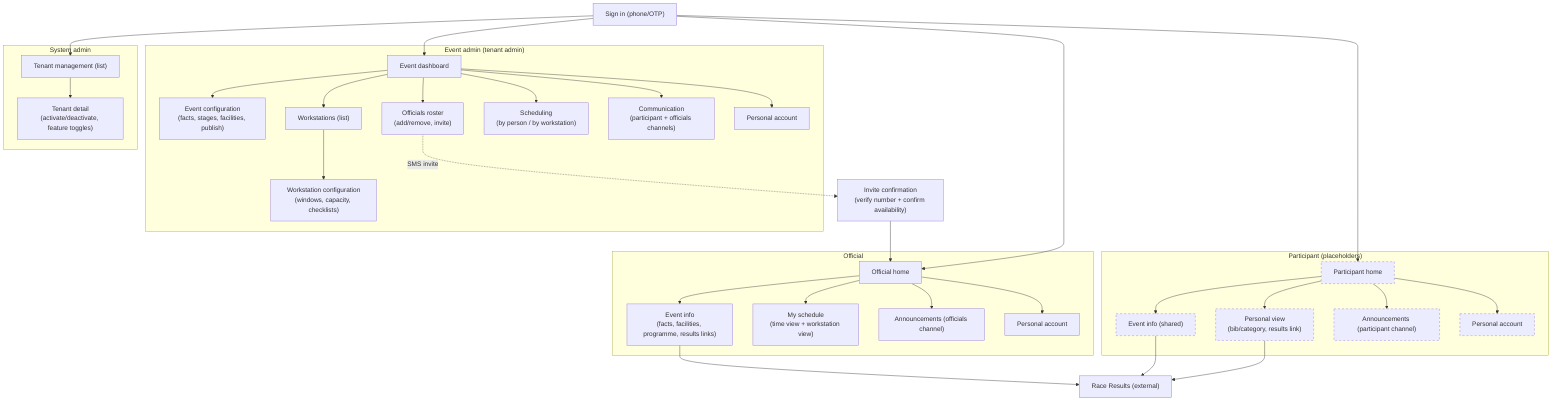
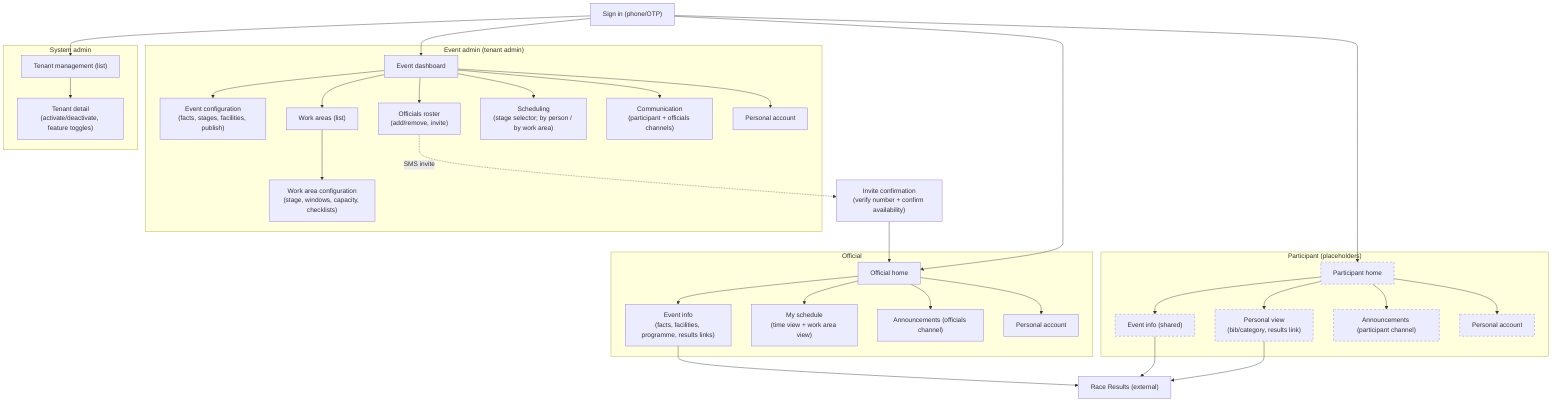
%% Viadal Event Planner - Screen Map / Information Architecture
- %% v0.1 - 2026-06-24
+ %% v0.2 - 2026-06-29 (Stage model: Work areas; per-stage scheduling)
%% Participant screens are placeholders (flows to be written). Dashed = placeholder.
flowchart TD
    SignIn["Sign in (phone/OTP)"]
    Invite["Invite confirmation\n(verify number + confirm availability)"]

    SignIn --> SAdmin
    SignIn --> EAdmin
    SignIn --> OHome
    SignIn --> PHome

    subgraph SYS["System admin"]
        SAdmin["Tenant management (list)"]
        STenant["Tenant detail\n(activate/deactivate, feature toggles)"]
        SAdmin --> STenant
    end

    subgraph ADM["Event admin (tenant admin)"]
        EAdmin["Event dashboard"]
        ECfg["Event configuration\n(facts, stages, facilities, publish)"]
-         EWsList["Workstations (list)"]
-         EWsCfg["Workstation configuration\n(windows, capacity, checklists)"]
+         EWsList["Work areas (list)"]
+         EWsCfg["Work area configuration\n(stage, windows, capacity, checklists)"]
        ERoster["Officials roster\n(add/remove, invite)"]
-         ESched["Scheduling\n(by person / by workstation)"]
+         ESched["Scheduling\n(stage selector; by person / by work area)"]
        EComm["Communication\n(participant + officials channels)"]
        EAcct["Personal account"]
        EAdmin --> ECfg
        EAdmin --> EWsList
        EWsList --> EWsCfg
        EAdmin --> ERoster
        EAdmin --> ESched
        EAdmin --> EComm
        EAdmin --> EAcct
    end

    subgraph OFF["Official"]
        OHome["Official home"]
        OInfo["Event info\n(facts, facilities, programme, results links)"]
-         OSched["My schedule\n(time view + workstation view)"]
+         OSched["My schedule\n(time view + work area view)"]
        OAnn["Announcements (officials channel)"]
        OAcct["Personal account"]
        OHome --> OInfo
        OHome --> OSched
        OHome --> OAnn
        OHome --> OAcct
    end

    subgraph PAR["Participant (placeholders)"]
        PHome["Participant home"]
        PInfo["Event info (shared)"]
        PView["Personal view\n(bib/category, results link)"]
        PAnn["Announcements (participant channel)"]
        PAcct["Personal account"]
        PHome --> PInfo
        PHome --> PView
        PHome --> PAnn
        PHome --> PAcct
    end

    RR["Race Results (external)"]

    ERoster -. SMS invite .-> Invite
    Invite --> OHome
    OInfo --> RR
    PInfo --> RR
    PView --> RR

    class PHome,PInfo,PView,PAnn,PAcct placeholder
    classDef placeholder stroke-dasharray: 5 5
